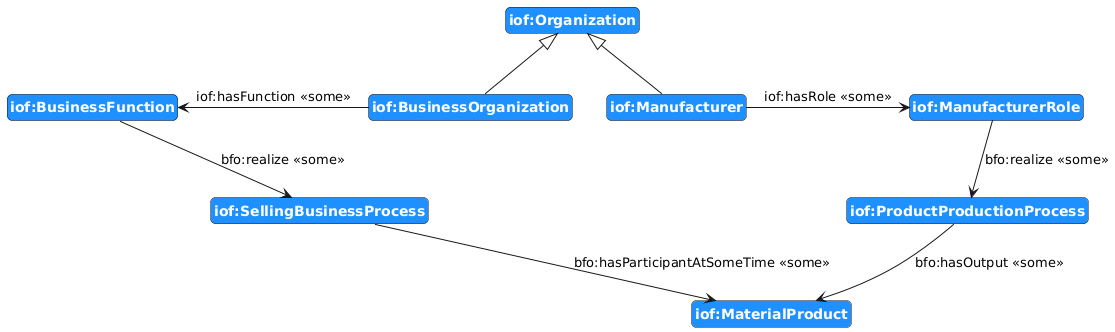
This is scenarios/different-type-organizations/image/different-type-organizations-schema.png from iofoundry/IOF-Core-Pattern-v2, a PlantUML export, as it was before one commit.
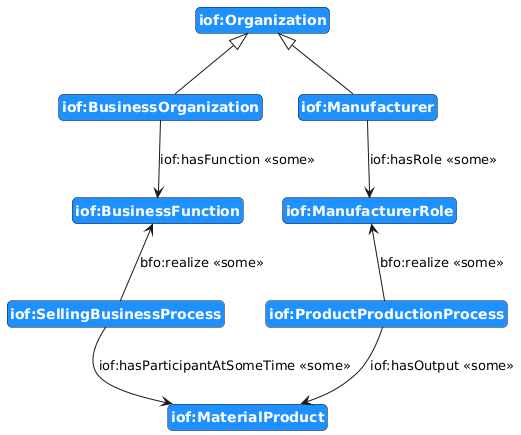
The same file after the commit.

Diff of the diagram source:
```diff
@@ -4,24 +4,19 @@
 class(c2, iof:BusinessOrganization)
 class(c3, iof:BusinessFunction)
 class(c4, iof:SellingBusinessProcess)
-
 class(c5, iof:Manufacturer)
 class(c6, iof:ManufacturerRole)
 class(c7, iof:ProductProductionProcess)
-
 class(c8, iof:MaterialProduct)
-
 
 subClass(c2, c1)
 subClass(c5, c1)
 
+xSome(c2, iof:hasFunction, c3,"",down)
+xSome(c4, bfo:realize, c3,"", up)
+xSome(c4, iof:hasParticipantAtSomeTime, c8,"", down)
 
-
-xSome(c2,iof:hasFunction, c3,"",left)
-xSome(c3, bfo:realize, c4,"", down)
-xSome(c4, bfo:hasParticipantAtSomeTime, c8,"", down)
-
-xSome(c5,iof:hasRole, c6,"", right)
-xSome(c6, bfo:realize, c7,"", down)
-xSome(c7, bfo:hasOutput, c8,"", down)
+xSome(c5, iof:hasRole, c6,"", down)
+xSome(c7, bfo:realize, c6,"", up)
+xSome(c7, iof:hasOutput, c8,"", down)
 @enduml
```
